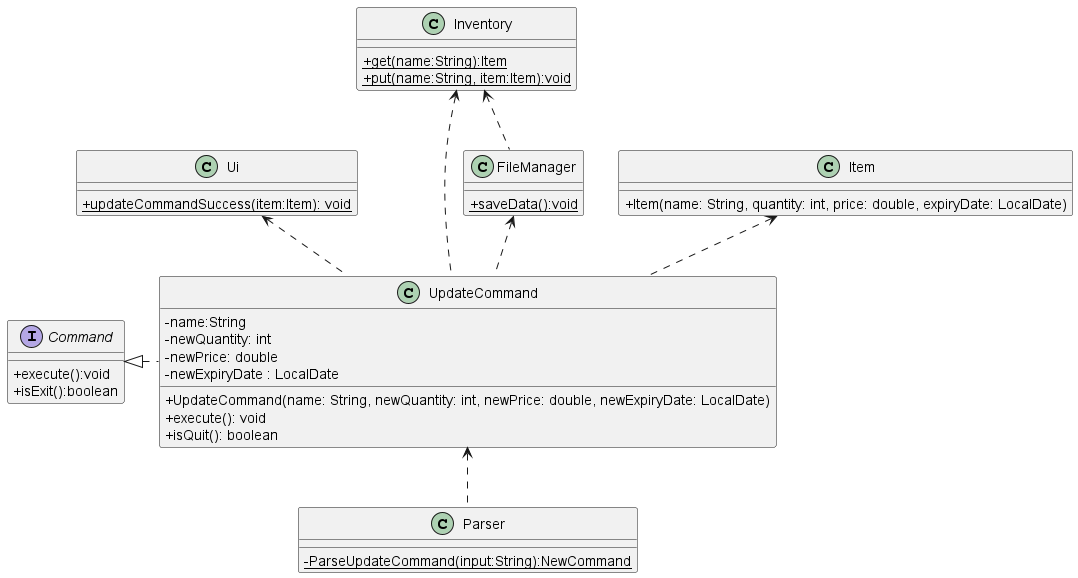
Above: docs/uml-diagrams/UpdateCommandClass.png in rismm/tp (PlantUML), before the change.
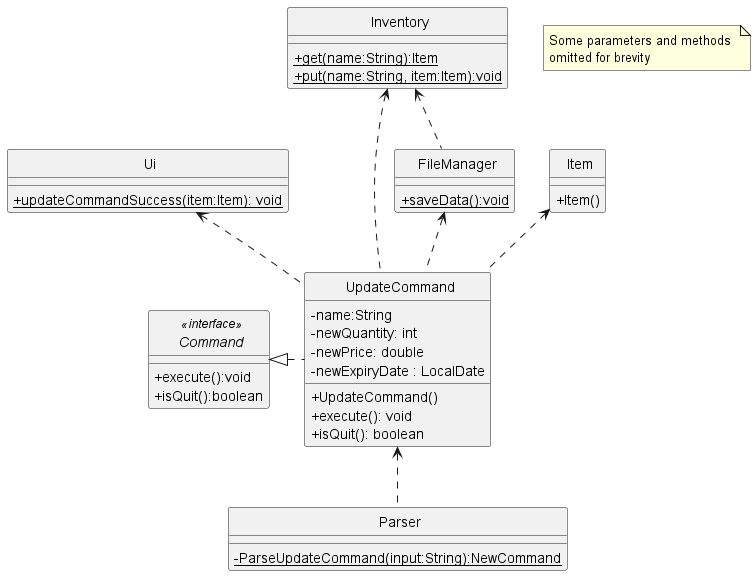
Later version of the same file.

The edit, as a diff of the source:
```diff
@@ -1,5 +1,7 @@
 @startuml
 skinparam classAttributeIconSize 0
+skinparam CircledCharacterFontSize 0
+skinparam CircledCharacterRadius 0
 
 interface Command
 class Ui
@@ -17,9 +19,9 @@
 FileManager <.. UpdateCommand
 Inventory <.. FileManager
 
-interface Command {
+interface Command <<interface>> {
     +execute():void
-    +isExit():boolean
+    +isQuit():boolean
 }
 
 class UpdateCommand {
@@ -27,13 +29,13 @@
     -newQuantity: int
     -newPrice: double
     -newExpiryDate : LocalDate
-    +UpdateCommand(name: String, newQuantity: int, newPrice: double, newExpiryDate: LocalDate)
+    +UpdateCommand()
     +execute(): void
     +isQuit(): boolean
 }
 
 class Item {
-    +Item(name: String, quantity: int, price: double, expiryDate: LocalDate)
+    +Item()
 }
 
 class Ui {
@@ -53,4 +55,6 @@
     {static}+saveData():void
 }
 
+note "Some parameters and methods \nomitted for brevity" as n1
+
 @enduml
```
